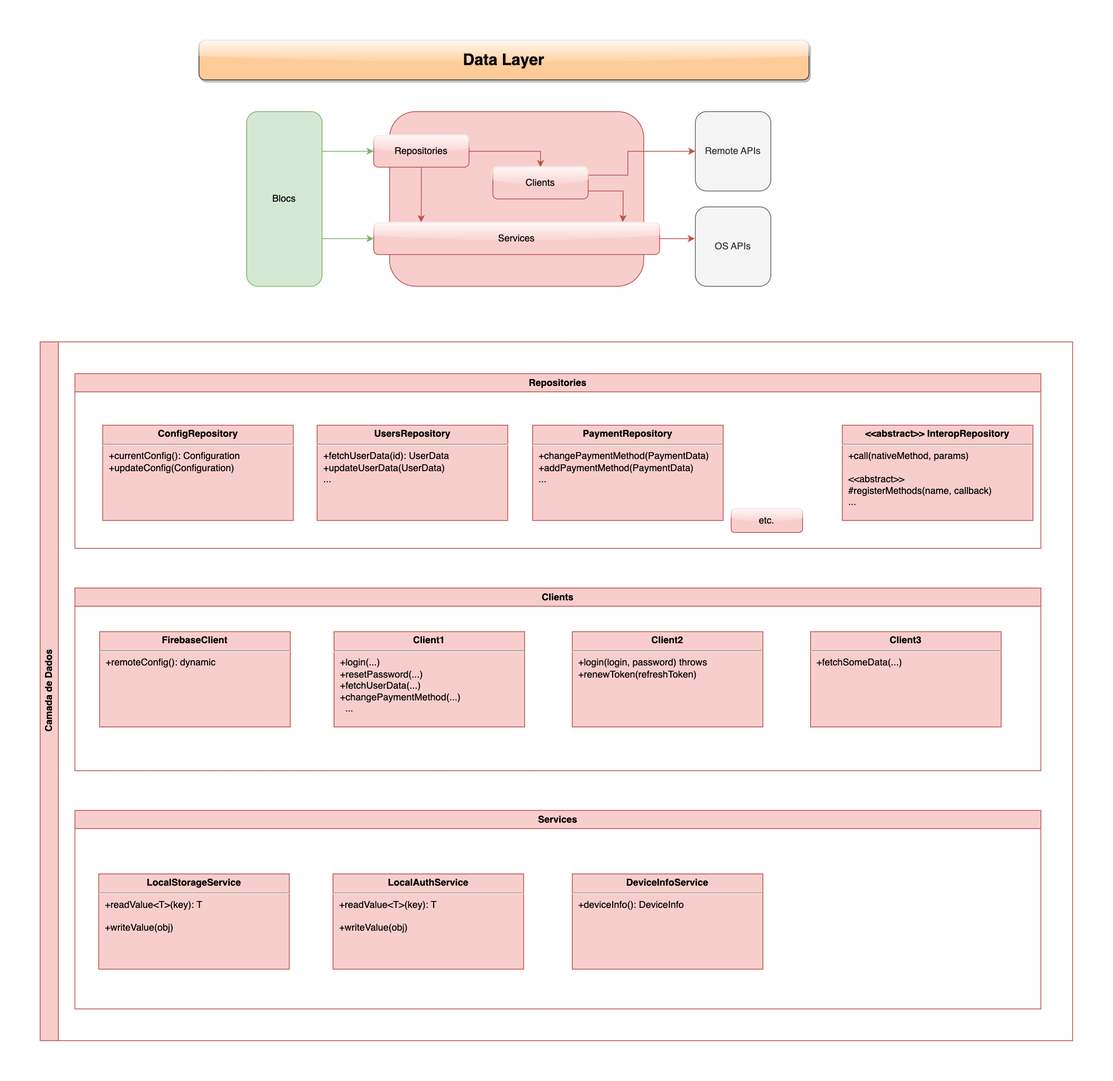
Before: doc/img/arq-app-flutter-hybrid-architecture-Data Layer.drawio.png, a diagram exported from draw.io (rafaelktakahashi/flutter_reference). Source tidied: cells renumbered, new cells last; positions are measured from the earlier drawing's top-left corner, leaving out a move shared by most shapes. Source of this version:
```xml
<mxGraphModel>
  <root>
    <mxCell id="0" />
    <mxCell id="1" parent="0" />
    <mxCell id="2" style="rounded=1;whiteSpace=wrap;html=1;glass=0;fillColor=#f8cecc;strokeColor=#b85450;" parent="1" vertex="1">
      <mxGeometry x="440" y="90" width="320" height="220" as="geometry" />
    </mxCell>
    <mxCell id="3" value="Camada de Dados" style="swimlane;horizontal=0;whiteSpace=wrap;html=1;glass=0;fillColor=#f8cecc;strokeColor=#b85450;" parent="1" vertex="1">
      <mxGeometry y="380" width="1300" height="880" as="geometry" />
    </mxCell>
    <mxCell id="4" value="Repositories" style="swimlane;whiteSpace=wrap;html=1;glass=0;fillColor=#f8cecc;strokeColor=#b85450;" parent="3" vertex="1">
      <mxGeometry x="43.8" y="40" width="1216.2" height="220" as="geometry" />
    </mxCell>
    <mxCell id="5" value="&lt;p style=&quot;margin:0px;margin-top:4px;text-align:center;&quot;&gt;&lt;b&gt;ConfigRepository&lt;/b&gt;&lt;/p&gt;&lt;hr&gt;&lt;p style=&quot;margin:0px;margin-left:8px;text-align:left;&quot;&gt;+currentConfig(): Configuration&lt;/p&gt;&lt;p style=&quot;margin:0px;margin-left:8px;text-align:left;&quot;&gt;+updateConfig(Configuration)&lt;/p&gt;" style="shape=rect;html=1;overflow=fill;whiteSpace=wrap;fillColor=#f8cecc;strokeColor=#b85450;" parent="4" vertex="1">
      <mxGeometry x="35" y="65" width="240" height="120" as="geometry" />
    </mxCell>
    <mxCell id="6" value="&lt;p style=&quot;margin:0px;margin-top:4px;text-align:center;&quot;&gt;&lt;b&gt;UsersRepository&lt;/b&gt;&lt;/p&gt;&lt;hr&gt;&lt;p style=&quot;margin:0px;margin-left:8px;text-align:left;&quot;&gt;+fetchUserData(id): UserData&lt;/p&gt;&lt;p style=&quot;margin:0px;margin-left:8px;text-align:left;&quot;&gt;+updateUserData(UserData)&lt;/p&gt;&lt;p style=&quot;margin:0px;margin-left:8px;text-align:left;&quot;&gt;...&lt;/p&gt;" style="shape=rect;html=1;overflow=fill;whiteSpace=wrap;fillColor=#f8cecc;strokeColor=#b85450;" parent="4" vertex="1">
      <mxGeometry x="305" y="65" width="240" height="120" as="geometry" />
    </mxCell>
    <mxCell id="7" value="&lt;p style=&quot;margin:0px;margin-top:4px;text-align:center;&quot;&gt;&lt;b&gt;PaymentRepository&lt;/b&gt;&lt;/p&gt;&lt;hr&gt;&lt;p style=&quot;margin:0px;margin-left:8px;text-align:left;&quot;&gt;+changePaymentMethod(PaymentData)&lt;/p&gt;&lt;p style=&quot;margin:0px;margin-left:8px;text-align:left;&quot;&gt;+addPaymentMethod(PaymentData)&lt;/p&gt;&lt;p style=&quot;margin:0px;margin-left:8px;text-align:left;&quot;&gt;...&lt;/p&gt;" style="shape=rect;html=1;overflow=fill;whiteSpace=wrap;fillColor=#f8cecc;strokeColor=#b85450;" parent="4" vertex="1">
      <mxGeometry x="576.2" y="65" width="240" height="120" as="geometry" />
    </mxCell>
    <mxCell id="8" value="etc." style="rounded=1;whiteSpace=wrap;html=1;glass=1;fillColor=#f8cecc;strokeColor=#b85450;" parent="4" vertex="1">
      <mxGeometry x="826.2" y="170" width="90" height="30" as="geometry" />
    </mxCell>
    <mxCell id="9" value="&lt;p style=&quot;margin:0px;margin-top:4px;text-align:center;&quot;&gt;&lt;b&gt;&amp;lt;&amp;lt;abstract&amp;gt;&amp;gt; InteropRepository&lt;/b&gt;&lt;/p&gt;&lt;hr&gt;&lt;p style=&quot;margin:0px;margin-left:8px;text-align:left;&quot;&gt;+call(nativeMethod, params)&lt;/p&gt;&lt;p style=&quot;margin:0px;margin-left:8px;text-align:left;&quot;&gt;&lt;br&gt;&lt;/p&gt;&lt;p style=&quot;margin:0px;margin-left:8px;text-align:left;&quot;&gt;&amp;lt;&amp;lt;abstract&amp;gt;&amp;gt;&lt;/p&gt;&lt;p style=&quot;margin:0px;margin-left:8px;text-align:left;&quot;&gt;#registerMethods(name, callback)&lt;/p&gt;&lt;p style=&quot;margin:0px;margin-left:8px;text-align:left;&quot;&gt;...&lt;/p&gt;" style="shape=rect;html=1;overflow=fill;whiteSpace=wrap;fillColor=#f8cecc;strokeColor=#b85450;" parent="4" vertex="1">
      <mxGeometry x="966.2" y="65" width="240" height="120" as="geometry" />
    </mxCell>
    <mxCell id="10" value="Clients" style="swimlane;whiteSpace=wrap;html=1;glass=0;fillColor=#f8cecc;strokeColor=#b85450;" parent="3" vertex="1">
      <mxGeometry x="43.8" y="310" width="1216.2" height="230" as="geometry" />
    </mxCell>
    <mxCell id="11" value="&lt;p style=&quot;margin:0px;margin-top:4px;text-align:center;&quot;&gt;&lt;b&gt;FirebaseClient&lt;/b&gt;&lt;/p&gt;&lt;hr&gt;&lt;p style=&quot;margin:0px;margin-left:8px;text-align:left;&quot;&gt;+remoteConfig(): dynamic&lt;/p&gt;" style="shape=rect;html=1;overflow=fill;whiteSpace=wrap;fillColor=#f8cecc;strokeColor=#b85450;" parent="10" vertex="1">
      <mxGeometry x="31.2" y="55" width="240" height="120" as="geometry" />
    </mxCell>
    <mxCell id="12" value="&lt;p style=&quot;margin:0px;margin-top:4px;text-align:center;&quot;&gt;&lt;b&gt;Client1&lt;/b&gt;&lt;/p&gt;&lt;hr&gt;&lt;p style=&quot;margin:0px;margin-left:8px;text-align:left;&quot;&gt;+login(...)&lt;/p&gt;&lt;p style=&quot;margin:0px;margin-left:8px;text-align:left;&quot;&gt;+resetPassword(...)&lt;/p&gt;&lt;p style=&quot;margin:0px;margin-left:8px;text-align:left;&quot;&gt;+fetchUserData(...)&lt;/p&gt;&lt;p style=&quot;margin:0px;margin-left:8px;text-align:left;&quot;&gt;+changePaymentMethod(...)&lt;/p&gt;&lt;p style=&quot;margin:0px;margin-left:8px;text-align:left;&quot;&gt;&amp;nbsp; ...&lt;/p&gt;" style="shape=rect;html=1;overflow=fill;whiteSpace=wrap;fillColor=#f8cecc;strokeColor=#b85450;" parent="10" vertex="1">
      <mxGeometry x="326.2" y="55" width="240" height="120" as="geometry" />
    </mxCell>
    <mxCell id="13" value="&lt;p style=&quot;margin:0px;margin-top:4px;text-align:center;&quot;&gt;&lt;b&gt;Client2&lt;/b&gt;&lt;/p&gt;&lt;hr&gt;&lt;p style=&quot;margin:0px;margin-left:8px;text-align:left;&quot;&gt;+login(login, password) throws&lt;/p&gt;&lt;p style=&quot;margin:0px;margin-left:8px;text-align:left;&quot;&gt;+renewToken(refreshToken)&lt;/p&gt;" style="shape=rect;html=1;overflow=fill;whiteSpace=wrap;fillColor=#f8cecc;strokeColor=#b85450;" parent="10" vertex="1">
      <mxGeometry x="626.2" y="55" width="240" height="120" as="geometry" />
    </mxCell>
    <mxCell id="14" value="&lt;p style=&quot;margin:0px;margin-top:4px;text-align:center;&quot;&gt;&lt;b&gt;Client3&lt;/b&gt;&lt;/p&gt;&lt;hr&gt;&lt;p style=&quot;margin:0px;margin-left:8px;text-align:left;&quot;&gt;+fetchSomeData(...)&lt;/p&gt;" style="shape=rect;html=1;overflow=fill;whiteSpace=wrap;fillColor=#f8cecc;strokeColor=#b85450;" parent="10" vertex="1">
      <mxGeometry x="926.2" y="55" width="240" height="120" as="geometry" />
    </mxCell>
    <mxCell id="15" value="Services" style="swimlane;whiteSpace=wrap;html=1;glass=0;fillColor=#f8cecc;strokeColor=#b85450;" parent="1" vertex="1">
      <mxGeometry x="43.8" y="970" width="1216.2" height="250" as="geometry" />
    </mxCell>
    <mxCell id="16" value="&lt;p style=&quot;margin:0px;margin-top:4px;text-align:center;&quot;&gt;&lt;b&gt;LocalStorageService&lt;/b&gt;&lt;/p&gt;&lt;hr&gt;&lt;p style=&quot;margin:0px;margin-left:8px;text-align:left;&quot;&gt;+readValue&amp;lt;T&amp;gt;(key): T&lt;/p&gt;&lt;p style=&quot;margin:0px;margin-left:8px;text-align:left;&quot;&gt;&lt;br&gt;&lt;/p&gt;&lt;p style=&quot;margin:0px;margin-left:8px;text-align:left;&quot;&gt;+writeValue(obj)&lt;/p&gt;" style="shape=rect;html=1;overflow=fill;whiteSpace=wrap;fillColor=#f8cecc;strokeColor=#b85450;" parent="15" vertex="1">
      <mxGeometry x="30" y="80" width="240" height="120" as="geometry" />
    </mxCell>
    <mxCell id="17" value="&lt;p style=&quot;margin:0px;margin-top:4px;text-align:center;&quot;&gt;&lt;b&gt;LocalAuthService&lt;/b&gt;&lt;/p&gt;&lt;hr&gt;&lt;p style=&quot;margin:0px;margin-left:8px;text-align:left;&quot;&gt;+readValue&amp;lt;T&amp;gt;(key): T&lt;/p&gt;&lt;p style=&quot;margin:0px;margin-left:8px;text-align:left;&quot;&gt;&lt;br&gt;&lt;/p&gt;&lt;p style=&quot;margin:0px;margin-left:8px;text-align:left;&quot;&gt;+writeValue(obj)&lt;/p&gt;" style="shape=rect;html=1;overflow=fill;whiteSpace=wrap;fillColor=#f8cecc;strokeColor=#b85450;" parent="15" vertex="1">
      <mxGeometry x="325" y="80" width="240" height="120" as="geometry" />
    </mxCell>
    <mxCell id="18" value="&lt;p style=&quot;margin:0px;margin-top:4px;text-align:center;&quot;&gt;&lt;b&gt;DeviceInfoService&lt;/b&gt;&lt;/p&gt;&lt;hr&gt;&lt;p style=&quot;margin:0px;margin-left:8px;text-align:left;&quot;&gt;+deviceInfo(): DeviceInfo&lt;/p&gt;" style="shape=rect;html=1;overflow=fill;whiteSpace=wrap;fillColor=#f8cecc;strokeColor=#b85450;" parent="15" vertex="1">
      <mxGeometry x="626.2" y="80" width="240" height="120" as="geometry" />
    </mxCell>
    <mxCell id="19" style="edgeStyle=orthogonalEdgeStyle;rounded=0;jettySize=auto;html=1;entryX=0.5;entryY=0;entryDx=0;entryDy=0;fillColor=#f8cecc;strokeColor=#b85450;" parent="1" edge="1" source="21" target="24">
      <mxGeometry relative="1" as="geometry" />
    </mxCell>
    <mxCell id="20" style="edgeStyle=orthogonalEdgeStyle;rounded=0;jettySize=auto;html=1;entryX=0.166;entryY=-0.014;entryDx=0;entryDy=0;entryPerimeter=0;fillColor=#f8cecc;strokeColor=#b85450;" parent="1" edge="1" source="21" target="26">
      <mxGeometry relative="1" as="geometry" />
    </mxCell>
    <mxCell id="21" value="Repositories" style="rounded=1;whiteSpace=wrap;html=1;glass=1;fillColor=#f8cecc;strokeColor=#b85450;" parent="1" vertex="1">
      <mxGeometry x="420" y="120" width="120" height="40" as="geometry" />
    </mxCell>
    <mxCell id="22" style="edgeStyle=orthogonalEdgeStyle;rounded=0;jettySize=auto;html=1;entryX=0.871;entryY=-0.02;entryDx=0;entryDy=0;entryPerimeter=0;fillColor=#f8cecc;strokeColor=#b85450;" parent="1" edge="1" source="24" target="26">
      <mxGeometry relative="1" as="geometry">
        <Array as="points">
          <mxPoint x="734" y="190" />
          <mxPoint x="734" y="220" />
        </Array>
      </mxGeometry>
    </mxCell>
    <mxCell id="23" style="edgeStyle=orthogonalEdgeStyle;rounded=0;jettySize=auto;html=1;entryX=0;entryY=0.5;entryDx=0;entryDy=0;fillColor=#f8cecc;strokeColor=#b85450;" parent="1" edge="1" source="24" target="32">
      <mxGeometry relative="1" as="geometry">
        <Array as="points">
          <mxPoint x="740" y="170" />
          <mxPoint x="740" y="140" />
        </Array>
      </mxGeometry>
    </mxCell>
    <mxCell id="24" value="Clients" style="rounded=1;whiteSpace=wrap;html=1;glass=1;fillColor=#f8cecc;strokeColor=#b85450;" parent="1" vertex="1">
      <mxGeometry x="570" y="160" width="120" height="40" as="geometry" />
    </mxCell>
    <mxCell id="25" style="edgeStyle=orthogonalEdgeStyle;rounded=0;jettySize=auto;html=1;fillColor=#f8cecc;strokeColor=#b85450;entryX=-0.007;entryY=0.4;entryDx=0;entryDy=0;entryPerimeter=0;" parent="1" edge="1" source="26" target="27">
      <mxGeometry relative="1" as="geometry" />
    </mxCell>
    <mxCell id="26" value="Services" style="rounded=1;whiteSpace=wrap;html=1;glass=1;fillColor=#f8cecc;strokeColor=#b85450;" parent="1" vertex="1">
      <mxGeometry x="420" y="230" width="360" height="40" as="geometry" />
    </mxCell>
    <mxCell id="27" value="OS APIs" style="rounded=1;whiteSpace=wrap;html=1;glass=0;fillColor=#f5f5f5;fontColor=#333333;strokeColor=#666666;" parent="1" vertex="1">
      <mxGeometry x="825" y="210" width="95" height="100" as="geometry" />
    </mxCell>
    <mxCell id="28" style="edgeStyle=orthogonalEdgeStyle;rounded=0;jettySize=auto;html=1;entryX=0;entryY=0.5;entryDx=0;entryDy=0;fillColor=#d5e8d4;strokeColor=#82b366;" parent="1" edge="1" source="30" target="21">
      <mxGeometry relative="1" as="geometry">
        <Array as="points">
          <mxPoint x="370" y="140" />
          <mxPoint x="370" y="140" />
        </Array>
      </mxGeometry>
    </mxCell>
    <mxCell id="29" style="edgeStyle=orthogonalEdgeStyle;rounded=0;jettySize=auto;html=1;entryX=0;entryY=0.5;entryDx=0;entryDy=0;fillColor=#d5e8d4;strokeColor=#82b366;" parent="1" edge="1" source="30" target="26">
      <mxGeometry relative="1" as="geometry">
        <Array as="points">
          <mxPoint x="380" y="250" />
          <mxPoint x="380" y="250" />
        </Array>
      </mxGeometry>
    </mxCell>
    <mxCell id="30" value="Blocs" style="rounded=1;whiteSpace=wrap;html=1;glass=0;fillColor=#d5e8d4;strokeColor=#82b366;" parent="1" vertex="1">
      <mxGeometry x="260" y="90" width="95" height="220" as="geometry" />
    </mxCell>
    <mxCell id="31" value="Data Layer" style="text;html=1;align=center;verticalAlign=middle;whiteSpace=wrap;rounded=1;fontStyle=1;fontSize=20;fillColor=#ffcc99;strokeColor=#36393d;shadow=1;glass=1;sketch=0;labelBackgroundColor=none;labelBorderColor=none;" parent="1" vertex="1">
      <mxGeometry x="200" width="768" height="50" as="geometry" />
    </mxCell>
    <mxCell id="32" value="Remote APIs" style="rounded=1;whiteSpace=wrap;html=1;glass=0;fillColor=#f5f5f5;fontColor=#333333;strokeColor=#666666;" parent="1" vertex="1">
      <mxGeometry x="825" y="90" width="95" height="100" as="geometry" />
    </mxCell>
  </root>
</mxGraphModel>
```
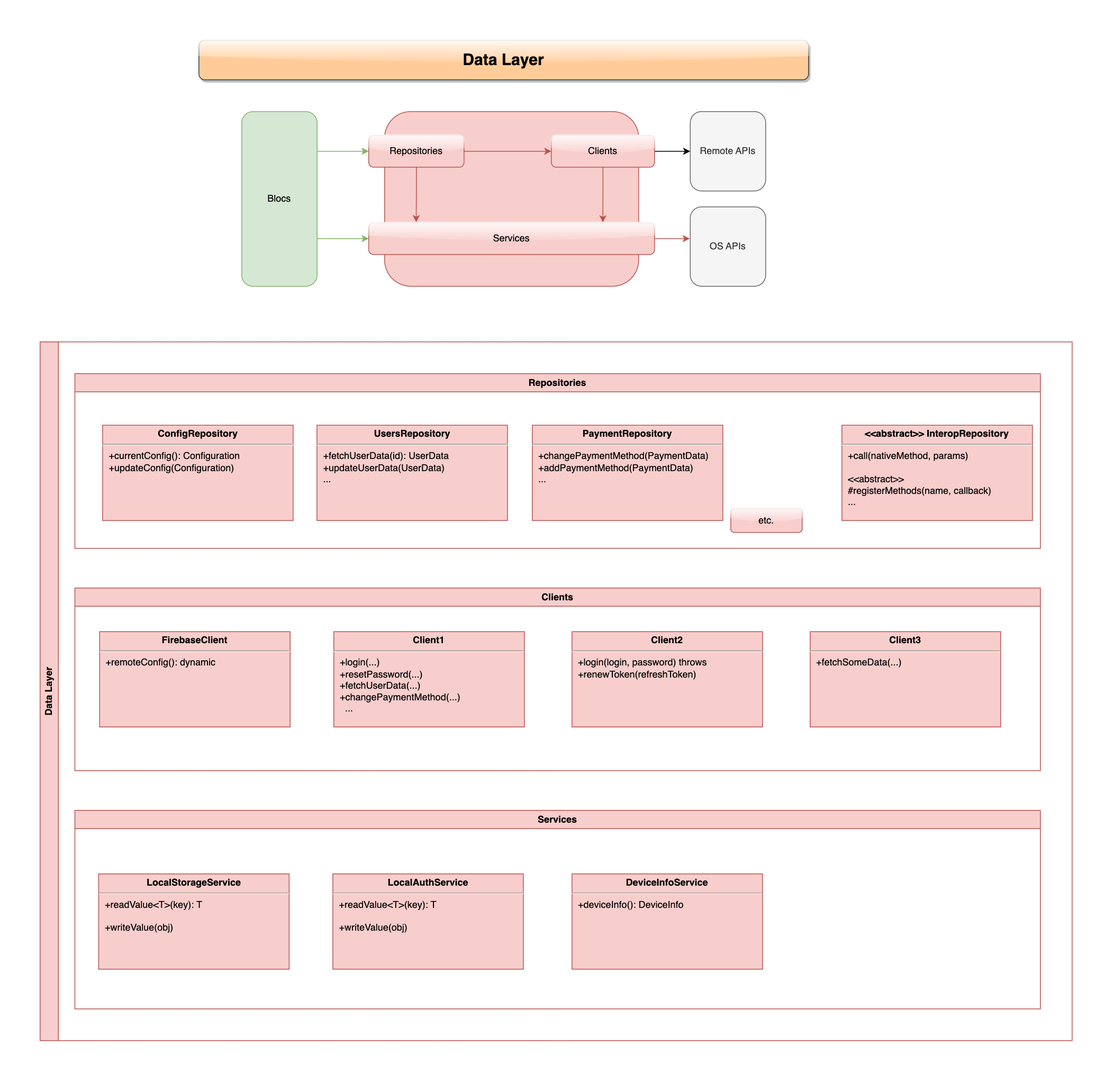
The same diagram one commit later.

Diff of the diagram source:
```diff
@@ -2,11 +2,8 @@
   <root>
     <mxCell id="0" />
     <mxCell id="1" parent="0" />
-    <mxCell id="2" style="rounded=1;whiteSpace=wrap;html=1;glass=0;fillColor=#f8cecc;strokeColor=#b85450;" parent="1" vertex="1">
-      <mxGeometry x="440" y="90" width="320" height="220" as="geometry" />
-    </mxCell>
-    <mxCell id="3" value="Camada de Dados" style="swimlane;horizontal=0;whiteSpace=wrap;html=1;glass=0;fillColor=#f8cecc;strokeColor=#b85450;" parent="1" vertex="1">
-      <mxGeometry y="380" width="1300" height="880" as="geometry" />
+    <mxCell id="3" value="Data Layer" style="swimlane;horizontal=0;whiteSpace=wrap;html=1;glass=0;fillColor=#f8cecc;strokeColor=#b85450;" parent="1" vertex="1">
+      <mxGeometry x="6" y="380" width="1300" height="880" as="geometry" />
     </mxCell>
     <mxCell id="4" value="Repositories" style="swimlane;whiteSpace=wrap;html=1;glass=0;fillColor=#f8cecc;strokeColor=#b85450;" parent="3" vertex="1">
       <mxGeometry x="43.8" y="40" width="1216.2" height="220" as="geometry" />
@@ -42,7 +39,7 @@
       <mxGeometry x="926.2" y="55" width="240" height="120" as="geometry" />
     </mxCell>
     <mxCell id="15" value="Services" style="swimlane;whiteSpace=wrap;html=1;glass=0;fillColor=#f8cecc;strokeColor=#b85450;" parent="1" vertex="1">
-      <mxGeometry x="43.8" y="970" width="1216.2" height="250" as="geometry" />
+      <mxGeometry x="49.8" y="970" width="1216.2" height="250" as="geometry" />
     </mxCell>
     <mxCell id="16" value="&lt;p style=&quot;margin:0px;margin-top:4px;text-align:center;&quot;&gt;&lt;b&gt;LocalStorageService&lt;/b&gt;&lt;/p&gt;&lt;hr&gt;&lt;p style=&quot;margin:0px;margin-left:8px;text-align:left;&quot;&gt;+readValue&amp;lt;T&amp;gt;(key): T&lt;/p&gt;&lt;p style=&quot;margin:0px;margin-left:8px;text-align:left;&quot;&gt;&lt;br&gt;&lt;/p&gt;&lt;p style=&quot;margin:0px;margin-left:8px;text-align:left;&quot;&gt;+writeValue(obj)&lt;/p&gt;" style="shape=rect;html=1;overflow=fill;whiteSpace=wrap;fillColor=#f8cecc;strokeColor=#b85450;" parent="15" vertex="1">
       <mxGeometry x="30" y="80" width="240" height="120" as="geometry" />
@@ -53,7 +50,13 @@
     <mxCell id="18" value="&lt;p style=&quot;margin:0px;margin-top:4px;text-align:center;&quot;&gt;&lt;b&gt;DeviceInfoService&lt;/b&gt;&lt;/p&gt;&lt;hr&gt;&lt;p style=&quot;margin:0px;margin-left:8px;text-align:left;&quot;&gt;+deviceInfo(): DeviceInfo&lt;/p&gt;" style="shape=rect;html=1;overflow=fill;whiteSpace=wrap;fillColor=#f8cecc;strokeColor=#b85450;" parent="15" vertex="1">
       <mxGeometry x="626.2" y="80" width="240" height="120" as="geometry" />
     </mxCell>
+    <mxCell id="31" value="Data Layer" style="text;html=1;align=center;verticalAlign=middle;whiteSpace=wrap;rounded=1;fontStyle=1;fontSize=20;fillColor=#ffcc99;strokeColor=#36393d;shadow=1;glass=1;sketch=0;labelBackgroundColor=none;labelBorderColor=none;" parent="1" vertex="1">
+      <mxGeometry x="206" width="768" height="50" as="geometry" />
+    </mxCell>
+    <mxCell id="33" style="rounded=1;whiteSpace=wrap;html=1;glass=0;fillColor=#f8cecc;strokeColor=#b85450;" parent="1" vertex="1">
+      <mxGeometry x="440" y="90" width="320" height="220" as="geometry" />
+    </mxCell>
-    <mxCell id="19" style="edgeStyle=orthogonalEdgeStyle;rounded=0;jettySize=auto;html=1;entryX=0.5;entryY=0;entryDx=0;entryDy=0;fillColor=#f8cecc;strokeColor=#b85450;" parent="1" edge="1" source="21" target="24">
+    <mxCell id="19" style="edgeStyle=orthogonalEdgeStyle;rounded=0;jettySize=auto;html=1;entryX=0;entryY=0.5;entryDx=0;entryDy=0;fillColor=#f8cecc;strokeColor=#b85450;" parent="1" edge="1" source="21" target="24">
       <mxGeometry relative="1" as="geometry" />
     </mxCell>
     <mxCell id="20" style="edgeStyle=orthogonalEdgeStyle;rounded=0;jettySize=auto;html=1;entryX=0.166;entryY=-0.014;entryDx=0;entryDy=0;entryPerimeter=0;fillColor=#f8cecc;strokeColor=#b85450;" parent="1" edge="1" source="21" target="26">
@@ -62,24 +65,14 @@
     <mxCell id="21" value="Repositories" style="rounded=1;whiteSpace=wrap;html=1;glass=1;fillColor=#f8cecc;strokeColor=#b85450;" parent="1" vertex="1">
       <mxGeometry x="420" y="120" width="120" height="40" as="geometry" />
     </mxCell>
+    <mxCell id="23" style="edgeStyle=orthogonalEdgeStyle;rounded=0;jettySize=auto;html=1;entryX=0;entryY=0.5;entryDx=0;entryDy=0;" parent="1" edge="1" source="24" target="32">
+      <mxGeometry relative="1" as="geometry" />
+    </mxCell>
-    <mxCell id="22" style="edgeStyle=orthogonalEdgeStyle;rounded=0;jettySize=auto;html=1;entryX=0.871;entryY=-0.02;entryDx=0;entryDy=0;entryPerimeter=0;fillColor=#f8cecc;strokeColor=#b85450;" parent="1" edge="1" source="24" target="26">
-      <mxGeometry relative="1" as="geometry">
-        <Array as="points">
-          <mxPoint x="734" y="190" />
-          <mxPoint x="734" y="220" />
-        </Array>
-      </mxGeometry>
+    <mxCell id="22" style="edgeStyle=orthogonalEdgeStyle;rounded=0;jettySize=auto;html=1;entryX=0.819;entryY=-0.009;entryDx=0;entryDy=0;fillColor=#f8cecc;strokeColor=#b85450;entryPerimeter=0;" parent="1" edge="1" source="24" target="26">
+      <mxGeometry relative="1" as="geometry" />
     </mxCell>
-    <mxCell id="23" style="edgeStyle=orthogonalEdgeStyle;rounded=0;jettySize=auto;html=1;entryX=0;entryY=0.5;entryDx=0;entryDy=0;fillColor=#f8cecc;strokeColor=#b85450;" parent="1" edge="1" source="24" target="32">
-      <mxGeometry relative="1" as="geometry">
-        <Array as="points">
-          <mxPoint x="740" y="170" />
-          <mxPoint x="740" y="140" />
-        </Array>
-      </mxGeometry>
-    </mxCell>
     <mxCell id="24" value="Clients" style="rounded=1;whiteSpace=wrap;html=1;glass=1;fillColor=#f8cecc;strokeColor=#b85450;" parent="1" vertex="1">
-      <mxGeometry x="570" y="160" width="120" height="40" as="geometry" />
+      <mxGeometry x="650" y="120" width="130" height="40" as="geometry" />
     </mxCell>
     <mxCell id="25" style="edgeStyle=orthogonalEdgeStyle;rounded=0;jettySize=auto;html=1;fillColor=#f8cecc;strokeColor=#b85450;entryX=-0.007;entryY=0.4;entryDx=0;entryDy=0;entryPerimeter=0;" parent="1" edge="1" source="26" target="27">
       <mxGeometry relative="1" as="geometry" />
@@ -109,9 +102,6 @@
     <mxCell id="30" value="Blocs" style="rounded=1;whiteSpace=wrap;html=1;glass=0;fillColor=#d5e8d4;strokeColor=#82b366;" parent="1" vertex="1">
       <mxGeometry x="260" y="90" width="95" height="220" as="geometry" />
     </mxCell>
-    <mxCell id="31" value="Data Layer" style="text;html=1;align=center;verticalAlign=middle;whiteSpace=wrap;rounded=1;fontStyle=1;fontSize=20;fillColor=#ffcc99;strokeColor=#36393d;shadow=1;glass=1;sketch=0;labelBackgroundColor=none;labelBorderColor=none;" parent="1" vertex="1">
-      <mxGeometry x="200" width="768" height="50" as="geometry" />
-    </mxCell>
     <mxCell id="32" value="Remote APIs" style="rounded=1;whiteSpace=wrap;html=1;glass=0;fillColor=#f5f5f5;fontColor=#333333;strokeColor=#666666;" parent="1" vertex="1">
       <mxGeometry x="825" y="90" width="95" height="100" as="geometry" />
     </mxCell>
```
